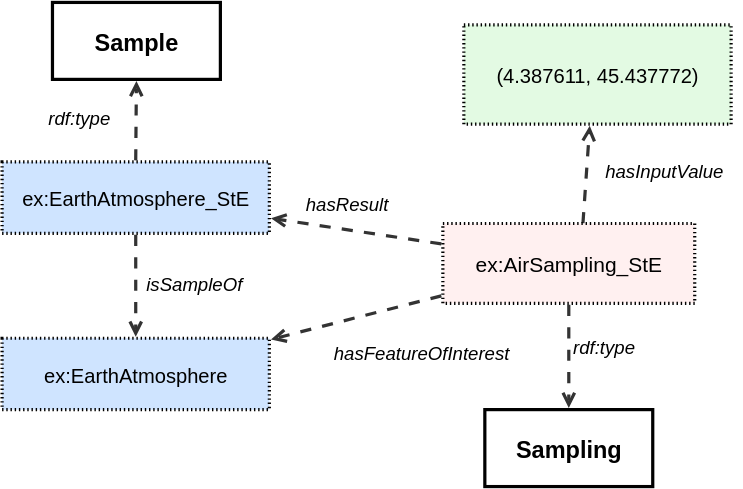
Earlier version of the draw.io export ssn/images/LocatedSampling.svg (w3c/sdw-sosa-ssn). Source tidied: cells renumbered, new cells last; positions are measured from the earlier drawing's top-left corner, leaving out a move shared by most shapes. Its diagram source:
```xml
<mxGraphModel>
  <root>
    <mxCell id="0" />
    <mxCell id="1" parent="0" />
    <mxCell id="2" value="&lt;font&gt;ex:EarthAtmosphere_StE&lt;/font&gt;" style="html=1;overflow=block;blockSpacing=1;whiteSpace=wrap;fontSize=14.4;fontFamily=Helvetica;fontColor=default;align=center;spacing=0;strokeOpacity=100;fillOpacity=100;fillColor=#cfe4ff;dashed=1;fixDash=1;dashPattern=1 2;strokeWidth=2.3;convertToSvg=1;" parent="1" vertex="1">
      <mxGeometry y="114" width="191" height="51" as="geometry" />
    </mxCell>
    <mxCell id="3" value="Sample" style="html=1;overflow=block;blockSpacing=1;whiteSpace=wrap;fontSize=16.8;fontColor=default;fontStyle=1;align=center;spacing=0;strokeOpacity=100;fillOpacity=0;fillColor=#000000;strokeWidth=2.3;convertToSvg=1;fontFamily=Helvetica;" parent="1" vertex="1">
      <mxGeometry x="36" width="120" height="55" as="geometry" />
    </mxCell>
    <mxCell id="4" value="rdf:type" style="html=1;overflow=block;blockSpacing=1;whiteSpace=wrap;fontSize=13.3;fontStyle=2;align=left;spacing=3.8;verticalAlign=top;strokeColor=none;fillOpacity=0;fillColor=#ffffff;dashed=1;fixDash=1;dashPattern=16 6;strokeWidth=0;lucidId=A-tLJZ_WLiK6;fontColor=default;convertToSvg=1;fontFamily=Helvetica;" parent="1" vertex="1">
      <mxGeometry x="30" y="72" width="70" height="28" as="geometry" />
    </mxCell>
    <mxCell id="5" style="html=1;jettySize=18;whiteSpace=wrap;fontSize=13;strokeColor=#333333;strokeOpacity=100;dashed=1;fixDash=1;dashPattern=8 8;strokeWidth=2.3;rounded=0;startArrow=none;endArrow=open;exitX=0.5;exitY=-0.022;exitPerimeter=0;entryX=0.5;entryY=1.021;entryPerimeter=0;lucidId=A-tLlVsy8QA~;fontColor=default;convertToSvg=1;fontFamily=Helvetica;" parent="1" edge="1" source="2" target="3">
      <mxGeometry relative="1" as="geometry" />
    </mxCell>
    <mxCell id="6" value="&lt;font&gt;(4.387611, 45.437772)&lt;/font&gt;" style="points=[[0.471,1.016,0]];html=1;overflow=block;blockSpacing=1;whiteSpace=wrap;fontSize=14.4;fontFamily=Helvetica;fontColor=default;align=center;spacing=0;strokeOpacity=100;fillOpacity=100;fillColor=#e3fae3;dashed=1;fixDash=1;dashPattern=1 2;strokeWidth=2.3;convertToSvg=1;" parent="1" vertex="1">
      <mxGeometry x="330" y="16" width="191" height="71" as="geometry" />
    </mxCell>
    <mxCell id="7" style="html=1;jettySize=18;whiteSpace=wrap;fontSize=13;strokeColor=#333333;strokeOpacity=100;dashed=1;fixDash=1;dashPattern=8 8;strokeWidth=2.3;rounded=0;startArrow=none;endArrow=open;exitX=0.55;exitY=0.278;exitPerimeter=0;entryX=0.471;entryY=1.016;entryPerimeter=0;lucidId=A-tLJ03LX-C-;fontColor=default;convertToSvg=1;fontFamily=Helvetica;" parent="1" edge="1" source="12" target="6">
      <mxGeometry relative="1" as="geometry" />
    </mxCell>
    <mxCell id="8" value="hasInputValue" style="html=1;overflow=block;blockSpacing=1;whiteSpace=wrap;fontSize=13.3;fontStyle=2;align=left;spacing=3.8;verticalAlign=top;strokeColor=none;fillOpacity=0;fillColor=#ffffff;dashed=1;fixDash=1;dashPattern=16 6;strokeWidth=0;lucidId=A-tLXsr12cKE;fontColor=default;convertToSvg=1;fontFamily=Helvetica;" parent="1" vertex="1">
      <mxGeometry x="428" y="110" width="101" height="24" as="geometry" />
    </mxCell>
    <mxCell id="9" value="&lt;font&gt;ex:EarthAtmosphere&lt;/font&gt;" style="html=1;overflow=block;blockSpacing=1;whiteSpace=wrap;fontSize=14.4;fontFamily=Helvetica;fontColor=default;align=center;spacing=0;strokeOpacity=100;fillOpacity=100;fillColor=#cfe4ff;dashed=1;fixDash=1;dashPattern=1 2;strokeWidth=2.3;convertToSvg=1;" parent="1" vertex="1">
      <mxGeometry y="240" width="191" height="51" as="geometry" />
    </mxCell>
    <mxCell id="10" style="html=1;jettySize=18;whiteSpace=wrap;fontSize=13;strokeColor=#333333;strokeOpacity=100;dashed=1;fixDash=1;dashPattern=8 8;strokeWidth=2.3;rounded=0;startArrow=none;endArrow=open;exitX=0.5;exitY=1.022;exitPerimeter=0;entryX=0.5;entryY=-0.022;entryPerimeter=0;lucidId=A-tL4dQTPhSz;fontColor=default;convertToSvg=1;fontFamily=Helvetica;" parent="1" edge="1" source="2" target="9">
      <mxGeometry relative="1" as="geometry" />
    </mxCell>
    <mxCell id="11" value="isSampleOf" style="html=1;overflow=block;blockSpacing=1;whiteSpace=wrap;fontSize=13.3;fontStyle=2;align=left;spacing=3.8;verticalAlign=top;strokeColor=none;fillOpacity=0;fillColor=#ffffff;dashed=1;fixDash=1;dashPattern=16 6;strokeWidth=0;lucidId=A-tLC04_h~EB;fontColor=default;convertToSvg=1;fontFamily=Helvetica;" parent="1" vertex="1">
      <mxGeometry x="100" y="191" width="101" height="24" as="geometry" />
    </mxCell>
    <mxCell id="12" value="&lt;font&gt;ex:AirSampling_StE&lt;/font&gt;" style="points=[[0.55,0.278,0]];html=1;overflow=block;blockSpacing=1;whiteSpace=wrap;fontSize=15;fontFamily=Helvetica;align=center;spacing=0;strokeOpacity=100;fillOpacity=100;fillColor=#fff0f0;dashed=1;fixDash=1;dashPattern=1 2;strokeWidth=2.3;fontColor=default;convertToSvg=1;" parent="1" vertex="1">
      <mxGeometry x="315" y="158" width="180" height="57" as="geometry" />
    </mxCell>
    <mxCell id="13" style="html=1;jettySize=18;whiteSpace=wrap;fontSize=13;strokeColor=#333333;strokeOpacity=100;dashed=1;fixDash=1;dashPattern=8 8;strokeWidth=2.3;rounded=0;startArrow=none;endArrow=open;exitX=-0.006;exitY=0.907;exitPerimeter=0;entryX=1.006;entryY=0.017;entryPerimeter=0;lucidId=m.tLpbR_ObS~;fontColor=default;convertToSvg=1;fontFamily=Helvetica;" parent="1" edge="1" source="12" target="9">
      <mxGeometry relative="1" as="geometry" />
    </mxCell>
    <mxCell id="14" style="html=1;jettySize=18;whiteSpace=wrap;fontSize=13;strokeColor=#333333;strokeOpacity=100;dashed=1;fixDash=1;dashPattern=8 8;strokeWidth=2.3;rounded=0;startArrow=none;endArrow=open;exitX=-0.006;exitY=0.256;exitPerimeter=0;entryX=1.006;entryY=0.789;entryPerimeter=0;lucidId=w.tLvAd8Xd-0;fontColor=default;convertToSvg=1;fontFamily=Helvetica;" parent="1" edge="1" source="12" target="2">
      <mxGeometry relative="1" as="geometry" />
    </mxCell>
    <mxCell id="15" value="hasFeatureOfInterest" style="html=1;overflow=block;blockSpacing=1;whiteSpace=wrap;fontSize=13.3;fontStyle=2;align=left;spacing=3.8;verticalAlign=top;strokeColor=none;fillOpacity=0;fillColor=#ffffff;dashed=1;fixDash=1;dashPattern=16 6;strokeWidth=0;lucidId=J.tLM3dq~phv;fontColor=default;convertToSvg=1;fontFamily=Helvetica;" parent="1" vertex="1">
      <mxGeometry x="234" y="240" width="101" height="24" as="geometry" />
    </mxCell>
    <mxCell id="16" value="hasResult" style="html=1;overflow=block;blockSpacing=1;whiteSpace=wrap;fontSize=13.3;fontStyle=2;align=left;spacing=3.8;verticalAlign=top;strokeColor=none;fillOpacity=0;fillColor=#ffffff;dashed=1;fixDash=1;dashPattern=16 6;strokeWidth=0;lucidId=W.tLqPjniz9z;fontColor=default;convertToSvg=1;fontFamily=Helvetica;" parent="1" vertex="1">
      <mxGeometry x="214" y="134" width="101" height="24" as="geometry" />
    </mxCell>
    <mxCell id="17" value="Sampling" style="html=1;overflow=block;blockSpacing=1;whiteSpace=wrap;fontSize=16.8;fontColor=default;fontStyle=1;align=center;spacing=0;strokeOpacity=100;fillOpacity=0;fillColor=#000000;strokeWidth=2.3;convertToSvg=1;fontFamily=Helvetica;" parent="1" vertex="1">
      <mxGeometry x="345" y="291" width="120" height="55" as="geometry" />
    </mxCell>
    <mxCell id="18" style="html=1;jettySize=18;whiteSpace=wrap;fontSize=13;strokeColor=#333333;strokeOpacity=100;dashed=1;fixDash=1;dashPattern=8 8;strokeWidth=2.3;rounded=0;startArrow=none;endArrow=open;exitX=0.5;exitY=1.02;exitPerimeter=0;entryX=0.5;entryY=-0.021;entryPerimeter=0;lucidId=LuNLk8hMXrsJ;fontColor=default;convertToSvg=1;fontFamily=Helvetica;" parent="1" edge="1" source="12" target="17">
      <mxGeometry relative="1" as="geometry" />
    </mxCell>
    <mxCell id="19" value="rdf:type" style="html=1;overflow=block;blockSpacing=1;whiteSpace=wrap;fontSize=13.3;fontStyle=2;align=left;spacing=3.8;verticalAlign=top;strokeColor=none;fillOpacity=0;fillColor=#ffffff;dashed=1;fixDash=1;dashPattern=16 6;strokeWidth=0;lucidId=LuNLHJXEgmcY;fontColor=default;convertToSvg=1;fontFamily=Helvetica;" parent="1" vertex="1">
      <mxGeometry x="405" y="236" width="70" height="28" as="geometry" />
    </mxCell>
  </root>
</mxGraphModel>
```
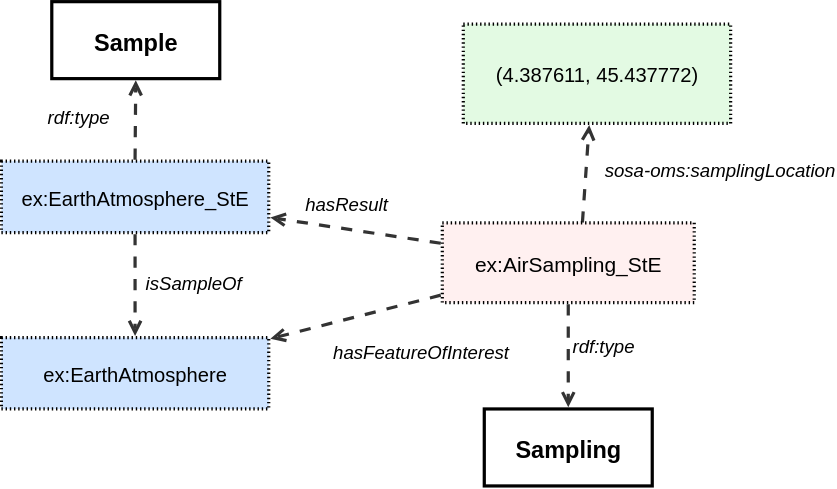
The same file after the commit.

Diff of the diagram source:
```diff
@@ -20,7 +20,7 @@
     <mxCell id="7" style="html=1;jettySize=18;whiteSpace=wrap;fontSize=13;strokeColor=#333333;strokeOpacity=100;dashed=1;fixDash=1;dashPattern=8 8;strokeWidth=2.3;rounded=0;startArrow=none;endArrow=open;exitX=0.55;exitY=0.278;exitPerimeter=0;entryX=0.471;entryY=1.016;entryPerimeter=0;lucidId=A-tLJ03LX-C-;fontColor=default;convertToSvg=1;fontFamily=Helvetica;" parent="1" edge="1" source="12" target="6">
       <mxGeometry relative="1" as="geometry" />
     </mxCell>
-    <mxCell id="8" value="hasInputValue" style="html=1;overflow=block;blockSpacing=1;whiteSpace=wrap;fontSize=13.3;fontStyle=2;align=left;spacing=3.8;verticalAlign=top;strokeColor=none;fillOpacity=0;fillColor=#ffffff;dashed=1;fixDash=1;dashPattern=16 6;strokeWidth=0;lucidId=A-tLXsr12cKE;fontColor=default;convertToSvg=1;fontFamily=Helvetica;" parent="1" vertex="1">
+    <mxCell id="8" value="sosa-oms:samplingLocation" style="html=1;overflow=block;blockSpacing=1;whiteSpace=wrap;fontSize=13.3;fontStyle=2;align=left;spacing=3.8;verticalAlign=top;strokeColor=none;fillOpacity=0;fillColor=#ffffff;dashed=1;fixDash=1;dashPattern=16 6;strokeWidth=0;lucidId=A-tLXsr12cKE;fontColor=default;convertToSvg=1;fontFamily=Helvetica;" parent="1" vertex="1">
       <mxGeometry x="428" y="110" width="101" height="24" as="geometry" />
     </mxCell>
     <mxCell id="9" value="&lt;font&gt;ex:EarthAtmosphere&lt;/font&gt;" style="html=1;overflow=block;blockSpacing=1;whiteSpace=wrap;fontSize=14.4;fontFamily=Helvetica;fontColor=default;align=center;spacing=0;strokeOpacity=100;fillOpacity=100;fillColor=#cfe4ff;dashed=1;fixDash=1;dashPattern=1 2;strokeWidth=2.3;convertToSvg=1;" parent="1" vertex="1">
```
